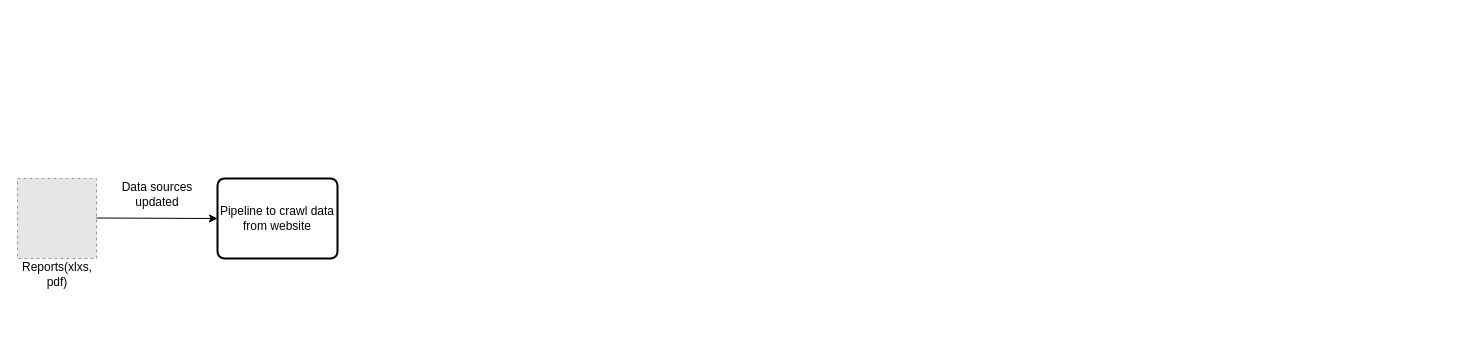
This is page "SSC pipeline diagram" (2 of 2) of drawio/azure_data_platform.drawio from manhhungk9g/drawio_architect, a draw.io file, before an edit. Source tidied: cells renumbered, new cells numbered last; positions are measured from the earlier drawing's top-left corner, leaving out a move shared by most shapes. Both pictures are drawn from the tidied source at 100%, with x=0, y=0 at pixel (17, 178). Pictures stored in the file or linked from it are replaced by grey dashed boxes.
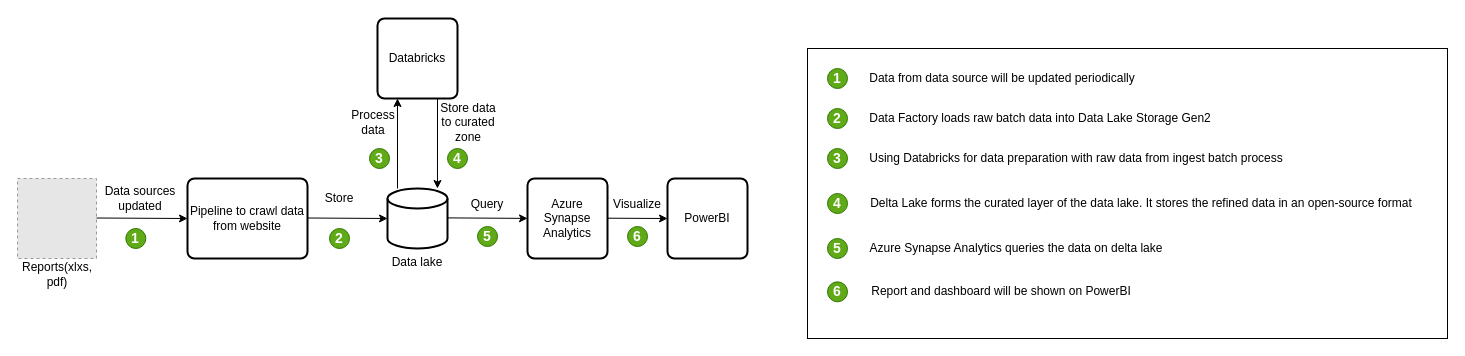
After the change.

The edit, as a diff of the source:
```diff
@@
-    <mxCell id="4" style="endArrow=classic;html=1;rounded=0;" parent="1" edge="1">
+    <mxCell id="4" style="endArrow=classic;html=1;rounded=0;entryX=0;entryY=0.5;entryDx=0;entryDy=0;" parent="1" edge="1" target="6">
       <mxGeometry relative="1" as="geometry">
         <mxPoint x="79" y="39.5" as="sourcePoint" />
-        <mxPoint x="200" y="40" as="targetPoint" />
       </mxGeometry>
     </mxCell>
     <mxCell id="5" value="Data sources updated" style="text;html=1;strokeColor=none;fillColor=none;align=center;verticalAlign=middle;whiteSpace=wrap;rounded=0;" parent="1" vertex="1">
-      <mxGeometry x="90" width="100" height="32.3" as="geometry" />
+      <mxGeometry x="73.3" y="4" width="100" height="32.3" as="geometry" />
     </mxCell>
     <mxCell id="6" value="Pipeline to crawl data from website" style="rounded=1;whiteSpace=wrap;html=1;absoluteArcSize=1;arcSize=14;strokeWidth=2;" parent="1" vertex="1">
-      <mxGeometry x="200" width="120" height="80" as="geometry" />
+      <mxGeometry x="170" width="120" height="80" as="geometry" />
     </mxCell>
+    <mxCell id="7" style="strokeWidth=2;html=1;shape=mxgraph.flowchart.database;whiteSpace=wrap;" parent="1" vertex="1">
+      <mxGeometry x="370" y="10" width="60" height="60" as="geometry" />
+    </mxCell>
+    <mxCell id="8" style="endArrow=classic;html=1;rounded=0;entryX=0;entryY=0.5;entryDx=0;entryDy=0;entryPerimeter=0;" parent="1" edge="1" target="7">
+      <mxGeometry relative="1" as="geometry">
+        <mxPoint x="290" y="39.5" as="sourcePoint" />
+      </mxGeometry>
+    </mxCell>
+    <mxCell id="9" value="Store" style="text;html=1;strokeColor=none;fillColor=none;align=center;verticalAlign=middle;whiteSpace=wrap;rounded=0;" parent="1" vertex="1">
+      <mxGeometry x="292" y="4" width="60" height="32.3" as="geometry" />
+    </mxCell>
+    <mxCell id="10" value="Data lake" style="text;html=1;strokeColor=none;fillColor=none;align=center;verticalAlign=middle;whiteSpace=wrap;rounded=0;" parent="1" vertex="1">
+      <mxGeometry x="350" y="68" width="100" height="32.3" as="geometry" />
+    </mxCell>
+    <mxCell id="11" value="Databricks" style="rounded=1;whiteSpace=wrap;html=1;absoluteArcSize=1;arcSize=14;strokeWidth=2;" parent="1" vertex="1">
+      <mxGeometry x="360" y="-160" width="80" height="80" as="geometry" />
+    </mxCell>
+    <mxCell id="12" style="endArrow=classic;html=1;rounded=0;entryX=0.833;entryY=0;entryDx=0;entryDy=0;entryPerimeter=0;" parent="1" edge="1" target="7">
+      <mxGeometry relative="1" as="geometry">
+        <mxPoint x="420" y="-80" as="sourcePoint" />
+      </mxGeometry>
+    </mxCell>
+    <mxCell id="13" style="endArrow=classic;html=1;rounded=0;entryX=0.833;entryY=0;entryDx=0;entryDy=0;entryPerimeter=0;" parent="1" edge="1">
+      <mxGeometry relative="1" as="geometry">
+        <mxPoint x="380" y="10" as="sourcePoint" />
+        <mxPoint x="380" y="-80" as="targetPoint" />
+      </mxGeometry>
+    </mxCell>
+    <mxCell id="14" value="Azure Synapse Analytics" style="rounded=1;whiteSpace=wrap;html=1;absoluteArcSize=1;arcSize=14;strokeWidth=2;" parent="1" vertex="1">
+      <mxGeometry x="510" width="80" height="80" as="geometry" />
+    </mxCell>
+    <mxCell id="15" style="endArrow=classic;html=1;rounded=0;entryX=0;entryY=0.5;entryDx=0;entryDy=0;entryPerimeter=0;" parent="1" edge="1">
+      <mxGeometry relative="1" as="geometry">
+        <mxPoint x="430" y="39.4" as="sourcePoint" />
+        <mxPoint x="510" y="39.9" as="targetPoint" />
+      </mxGeometry>
+    </mxCell>
+    <mxCell id="16" value="PowerBI" style="rounded=1;whiteSpace=wrap;html=1;absoluteArcSize=1;arcSize=14;strokeWidth=2;" parent="1" vertex="1">
+      <mxGeometry x="650" width="80" height="80" as="geometry" />
+    </mxCell>
+    <mxCell id="17" style="endArrow=classic;html=1;rounded=0;" parent="1" edge="1">
+      <mxGeometry relative="1" as="geometry">
+        <mxPoint x="590" y="39.7" as="sourcePoint" />
+        <mxPoint x="650" y="40" as="targetPoint" />
+      </mxGeometry>
+    </mxCell>
+    <mxCell id="18" value="&lt;b&gt;&lt;font style=&quot;font-size: 14px;&quot;&gt;1&lt;/font&gt;&lt;/b&gt;" style="ellipse;whiteSpace=wrap;html=1;fillColor=#60a917;strokeColor=#2D7600;fontColor=#ffffff;" parent="1" vertex="1">
+      <mxGeometry x="108.3" y="50" width="20" height="20" as="geometry" />
+    </mxCell>
+    <mxCell id="19" value="&lt;b&gt;&lt;font style=&quot;font-size: 14px;&quot;&gt;2&lt;/font&gt;&lt;/b&gt;" style="ellipse;whiteSpace=wrap;html=1;fillColor=#60a917;strokeColor=#2D7600;fontColor=#ffffff;" parent="1" vertex="1">
+      <mxGeometry x="312" y="50" width="20" height="20" as="geometry" />
+    </mxCell>
+    <mxCell id="20" value="&lt;b&gt;&lt;font style=&quot;font-size: 14px;&quot;&gt;3&lt;/font&gt;&lt;/b&gt;" style="ellipse;whiteSpace=wrap;html=1;fillColor=#60a917;strokeColor=#2D7600;fontColor=#ffffff;" parent="1" vertex="1">
+      <mxGeometry x="352" y="-30" width="20" height="20" as="geometry" />
+    </mxCell>
+    <mxCell id="21" value="&lt;b&gt;&lt;font style=&quot;font-size: 14px;&quot;&gt;4&lt;/font&gt;&lt;/b&gt;" style="ellipse;whiteSpace=wrap;html=1;fillColor=#60a917;strokeColor=#2D7600;fontColor=#ffffff;" parent="1" vertex="1">
+      <mxGeometry x="430" y="-30" width="20" height="20" as="geometry" />
+    </mxCell>
+    <mxCell id="22" value="&lt;b&gt;&lt;font style=&quot;font-size: 14px;&quot;&gt;5&lt;/font&gt;&lt;/b&gt;" style="ellipse;whiteSpace=wrap;html=1;fillColor=#60a917;strokeColor=#2D7600;fontColor=#ffffff;" parent="1" vertex="1">
+      <mxGeometry x="460" y="48" width="20" height="20" as="geometry" />
+    </mxCell>
+    <mxCell id="23" value="&lt;b&gt;&lt;font style=&quot;font-size: 14px;&quot;&gt;6&lt;/font&gt;&lt;/b&gt;" style="ellipse;whiteSpace=wrap;html=1;fillColor=#60a917;strokeColor=#2D7600;fontColor=#ffffff;" parent="1" vertex="1">
+      <mxGeometry x="610" y="48" width="20" height="20" as="geometry" />
+    </mxCell>
+    <mxCell id="24" value="Process data" style="text;html=1;strokeColor=none;fillColor=none;align=center;verticalAlign=middle;whiteSpace=wrap;rounded=0;" parent="1" vertex="1">
+      <mxGeometry x="326" y="-72.3" width="60" height="32.3" as="geometry" />
+    </mxCell>
+    <mxCell id="25" value="Store data to curated zone" style="text;html=1;strokeColor=none;fillColor=none;align=center;verticalAlign=middle;whiteSpace=wrap;rounded=0;" parent="1" vertex="1">
+      <mxGeometry x="421" y="-72.3" width="60" height="32.3" as="geometry" />
+    </mxCell>
+    <mxCell id="26" value="Query" style="text;html=1;strokeColor=none;fillColor=none;align=center;verticalAlign=middle;whiteSpace=wrap;rounded=0;" parent="1" vertex="1">
+      <mxGeometry x="440" y="10" width="60" height="32.3" as="geometry" />
+    </mxCell>
+    <mxCell id="27" value="Visualize" style="text;html=1;strokeColor=none;fillColor=none;align=center;verticalAlign=middle;whiteSpace=wrap;rounded=0;" parent="1" vertex="1">
+      <mxGeometry x="590" y="10" width="60" height="32.3" as="geometry" />
+    </mxCell>
+    <mxCell id="28" style="group;" parent="1" vertex="1">
+      <mxGeometry x="790" y="-130" width="640" height="290" as="geometry" />
+    </mxCell>
+    <mxCell id="29" style="rounded=0;whiteSpace=wrap;html=1;" parent="28" vertex="1">
+      <mxGeometry width="640" height="290" as="geometry" />
+    </mxCell>
+    <mxCell id="30" value="&lt;b&gt;&lt;font style=&quot;font-size: 14px;&quot;&gt;1&lt;/font&gt;&lt;/b&gt;" style="ellipse;whiteSpace=wrap;html=1;fillColor=#60a917;strokeColor=#2D7600;fontColor=#ffffff;" parent="28" vertex="1">
+      <mxGeometry x="20" y="20" width="20" height="20" as="geometry" />
+    </mxCell>
+    <mxCell id="31" value="Data from data source will be updated periodically" style="text;html=1;strokeColor=none;fillColor=none;align=center;verticalAlign=middle;whiteSpace=wrap;rounded=0;" parent="28" vertex="1">
+      <mxGeometry x="60" y="13.8" width="270" height="32.3" as="geometry" />
+    </mxCell>
+    <mxCell id="32" value="&lt;b&gt;&lt;font style=&quot;font-size: 14px;&quot;&gt;2&lt;/font&gt;&lt;/b&gt;" style="ellipse;whiteSpace=wrap;html=1;fillColor=#60a917;strokeColor=#2D7600;fontColor=#ffffff;" parent="28" vertex="1">
+      <mxGeometry x="20" y="60" width="20" height="20" as="geometry" />
+    </mxCell>
+    <mxCell id="33" value="Data Factory loads raw batch data into Data Lake Storage Gen2" style="text;html=1;strokeColor=none;fillColor=none;align=center;verticalAlign=middle;whiteSpace=wrap;rounded=0;" parent="28" vertex="1">
+      <mxGeometry x="58" y="53.8" width="350" height="32.3" as="geometry" />
+    </mxCell>
+    <mxCell id="34" value="&lt;b&gt;&lt;font style=&quot;font-size: 14px;&quot;&gt;3&lt;/font&gt;&lt;/b&gt;" style="ellipse;whiteSpace=wrap;html=1;fillColor=#60a917;strokeColor=#2D7600;fontColor=#ffffff;" parent="28" vertex="1">
+      <mxGeometry x="20" y="100" width="20" height="20" as="geometry" />
+    </mxCell>
+    <mxCell id="35" value="Using Databricks for data preparation with raw data from ingest batch process" style="text;html=1;strokeColor=none;fillColor=none;align=center;verticalAlign=middle;whiteSpace=wrap;rounded=0;" parent="28" vertex="1">
+      <mxGeometry x="58" y="93.8" width="422" height="32.3" as="geometry" />
+    </mxCell>
+    <mxCell id="36" value="&lt;b&gt;&lt;font style=&quot;font-size: 14px;&quot;&gt;4&lt;/font&gt;&lt;/b&gt;" style="ellipse;whiteSpace=wrap;html=1;fillColor=#60a917;strokeColor=#2D7600;fontColor=#ffffff;" parent="28" vertex="1">
+      <mxGeometry x="20" y="145" width="20" height="20" as="geometry" />
+    </mxCell>
+    <mxCell id="37" value="Delta Lake forms the curated layer of the data lake. It stores the refined data in an open-source format" style="text;html=1;strokeColor=none;fillColor=none;align=center;verticalAlign=middle;whiteSpace=wrap;rounded=0;" parent="28" vertex="1">
+      <mxGeometry x="58" y="138.8" width="552" height="32.3" as="geometry" />
+    </mxCell>
+    <mxCell id="38" value="&lt;b&gt;&lt;font style=&quot;font-size: 14px;&quot;&gt;5&lt;/font&gt;&lt;/b&gt;" style="ellipse;whiteSpace=wrap;html=1;fillColor=#60a917;strokeColor=#2D7600;fontColor=#ffffff;" parent="28" vertex="1">
+      <mxGeometry x="20" y="190" width="20" height="20" as="geometry" />
+    </mxCell>
+    <mxCell id="39" value="Azure Synapse Analytics queries the data on delta lake" style="text;html=1;strokeColor=none;fillColor=none;align=center;verticalAlign=middle;whiteSpace=wrap;rounded=0;" parent="28" vertex="1">
+      <mxGeometry x="58" y="183.9" width="302" height="32.3" as="geometry" />
+    </mxCell>
+    <mxCell id="40" value="&lt;b&gt;&lt;font style=&quot;font-size: 14px;&quot;&gt;6&lt;/font&gt;&lt;/b&gt;" style="ellipse;whiteSpace=wrap;html=1;fillColor=#60a917;strokeColor=#2D7600;fontColor=#ffffff;" parent="28" vertex="1">
+      <mxGeometry x="20" y="233.3" width="20" height="20" as="geometry" />
+    </mxCell>
+    <mxCell id="41" value="Report and dashboard will be shown on PowerBI" style="text;html=1;strokeColor=none;fillColor=none;align=center;verticalAlign=middle;whiteSpace=wrap;rounded=0;" parent="28" vertex="1">
+      <mxGeometry x="58" y="226.7" width="272" height="32.3" as="geometry" />
+    </mxCell>
```
